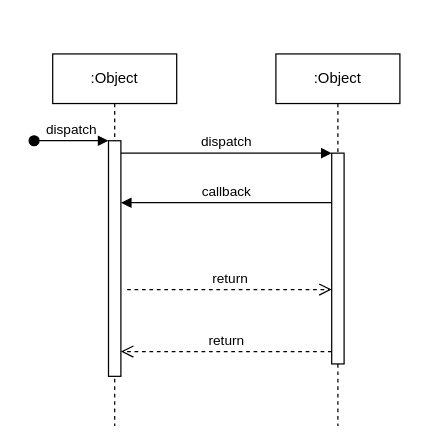
Before: Behavioral_Modeling.drawio in ChanY00/-, a draw.io diagram. Source tidied: cells renumbered, new cells numbered last; positions are measured from the earlier drawing's top-left corner, leaving out a move shared by most shapes. Both pictures are drawn from the tidied source at 124%, with x=0, y=0 at pixel (33, 53).
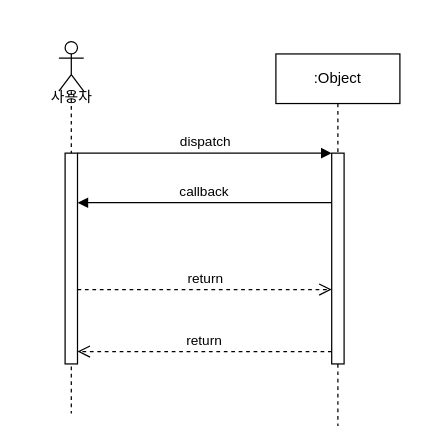
Above is the later version.

Diff of the diagram source:
```diff
@@
 <mxGraphModel>
   <root>
     <mxCell id="0" />
     <mxCell id="1" parent="0" />
-    <mxCell id="2" value=":Object" style="shape=umlLifeline;perimeter=lifelinePerimeter;whiteSpace=wrap;html=1;newEdgeStyle={&quot;edgeStyle&quot;:&quot;elbowEdgeStyle&quot;,&quot;elbow&quot;:&quot;vertical&quot;,&quot;curved&quot;:0,&quot;rounded&quot;:0};" parent="1" vertex="1">
-      <mxGeometry x="15" width="100" height="300" as="geometry" />
-    </mxCell>
-    <mxCell id="3" style="html=1;points=[];perimeter=orthogonalPerimeter;outlineConnect=0;targetShapes=umlLifeline;portConstraint=eastwest;newEdgeStyle={&quot;edgeStyle&quot;:&quot;elbowEdgeStyle&quot;,&quot;elbow&quot;:&quot;vertical&quot;,&quot;curved&quot;:0,&quot;rounded&quot;:0};" parent="2" vertex="1">
-      <mxGeometry x="45" y="70" width="10" height="190" as="geometry" />
-    </mxCell>
-    <mxCell id="4" value="dispatch" style="html=1;verticalAlign=bottom;startArrow=oval;endArrow=block;startSize=8;edgeStyle=elbowEdgeStyle;elbow=vertical;curved=0;rounded=0;" parent="2" edge="1" target="3">
-      <mxGeometry relative="1" as="geometry">
-        <mxPoint x="-15" y="70" as="sourcePoint" />
-      </mxGeometry>
-    </mxCell>
     <mxCell id="5" value=":Object" style="shape=umlLifeline;perimeter=lifelinePerimeter;whiteSpace=wrap;html=1;newEdgeStyle={&quot;edgeStyle&quot;:&quot;elbowEdgeStyle&quot;,&quot;elbow&quot;:&quot;vertical&quot;,&quot;curved&quot;:0,&quot;rounded&quot;:0};" parent="1" vertex="1">
       <mxGeometry x="195" width="100" height="300" as="geometry" />
     </mxCell>
     <mxCell id="6" style="html=1;points=[];perimeter=orthogonalPerimeter;outlineConnect=0;targetShapes=umlLifeline;portConstraint=eastwest;newEdgeStyle={&quot;edgeStyle&quot;:&quot;elbowEdgeStyle&quot;,&quot;elbow&quot;:&quot;vertical&quot;,&quot;curved&quot;:0,&quot;rounded&quot;:0};" parent="5" vertex="1">
       <mxGeometry x="45" y="80" width="10" height="170" as="geometry" />
     </mxCell>
-    <mxCell id="7" value="dispatch" style="html=1;verticalAlign=bottom;endArrow=block;edgeStyle=elbowEdgeStyle;elbow=vertical;curved=0;rounded=0;" parent="1" edge="1" source="3" target="6">
+    <mxCell id="7" value="dispatch" style="html=1;verticalAlign=bottom;endArrow=block;edgeStyle=elbowEdgeStyle;elbow=vertical;curved=0;rounded=0;" parent="1" edge="1" source="12" target="6">
       <mxGeometry relative="1" as="geometry">
         <Array as="points">
-          <mxPoint x="155" y="80" />
+          <mxPoint x="125" y="80" />
         </Array>
       </mxGeometry>
     </mxCell>
-    <mxCell id="8" value="return" style="html=1;verticalAlign=bottom;endArrow=open;dashed=1;endSize=8;edgeStyle=elbowEdgeStyle;elbow=vertical;curved=0;rounded=0;" parent="1" edge="1" source="6" target="3">
+    <mxCell id="8" value="return" style="html=1;verticalAlign=bottom;endArrow=open;dashed=1;endSize=8;edgeStyle=elbowEdgeStyle;elbow=vertical;curved=0;rounded=0;" parent="1" edge="1" source="6" target="12">
       <mxGeometry relative="1" as="geometry">
         <Array as="points">
-          <mxPoint x="165" y="240" />
+          <mxPoint x="135" y="240" />
         </Array>
       </mxGeometry>
     </mxCell>
-    <mxCell id="9" value="callback" style="html=1;verticalAlign=bottom;endArrow=block;edgeStyle=elbowEdgeStyle;elbow=vertical;curved=0;rounded=0;" parent="1" edge="1" source="6" target="3">
+    <mxCell id="9" value="callback" style="html=1;verticalAlign=bottom;endArrow=block;edgeStyle=elbowEdgeStyle;elbow=vertical;curved=0;rounded=0;" parent="1" edge="1" source="6" target="12">
       <mxGeometry relative="1" as="geometry">
         <Array as="points">
-          <mxPoint x="165" y="120" />
+          <mxPoint x="135" y="120" />
         </Array>
       </mxGeometry>
     </mxCell>
-    <mxCell id="10" value="return" style="html=1;verticalAlign=bottom;endArrow=open;dashed=1;endSize=8;edgeStyle=elbowEdgeStyle;elbow=vertical;curved=0;rounded=0;" parent="1" edge="1" target="6">
+    <mxCell id="10" value="return" style="html=1;verticalAlign=bottom;endArrow=open;dashed=1;endSize=8;edgeStyle=elbowEdgeStyle;elbow=vertical;curved=0;rounded=0;" parent="1" edge="1" source="12" target="6">
       <mxGeometry relative="1" as="geometry">
-        <mxPoint x="75" y="190" as="sourcePoint" />
         <Array as="points">
-          <mxPoint x="155" y="190" />
+          <mxPoint x="125" y="190" />
         </Array>
       </mxGeometry>
     </mxCell>
+    <mxCell id="11" value="&lt;div&gt;&lt;br&gt;&lt;/div&gt;&lt;div&gt;&lt;br&gt;&lt;/div&gt;&lt;div&gt;&lt;br&gt;&lt;/div&gt;&lt;div&gt;&lt;br&gt;&lt;/div&gt;&lt;div&gt;&lt;br&gt;&lt;/div&gt;" style="shape=umlLifeline;perimeter=lifelinePerimeter;whiteSpace=wrap;html=1;newEdgeStyle={&quot;curved&quot;:0,&quot;rounded&quot;:0};participant=umlActor;size=40;" parent="1" vertex="1">
+      <mxGeometry x="20" y="-10" width="20" height="300" as="geometry" />
+    </mxCell>
+    <mxCell id="12" style="html=1;points=[];perimeter=orthogonalPerimeter;outlineConnect=0;targetShapes=umlLifeline;portConstraint=eastwest;newEdgeStyle={&quot;edgeStyle&quot;:&quot;elbowEdgeStyle&quot;,&quot;elbow&quot;:&quot;vertical&quot;,&quot;curved&quot;:0,&quot;rounded&quot;:0};" parent="11" vertex="1">
+      <mxGeometry x="5" y="90" width="10" height="170" as="geometry" />
+    </mxCell>
+    <mxCell id="13" value="사용자" style="text;html=1;align=center;verticalAlign=middle;strokeColor=none;fillColor=none;" parent="1" vertex="1">
+      <mxGeometry y="20" width="60" height="30" as="geometry" />
+    </mxCell>
   </root>
 </mxGraphModel>
```
